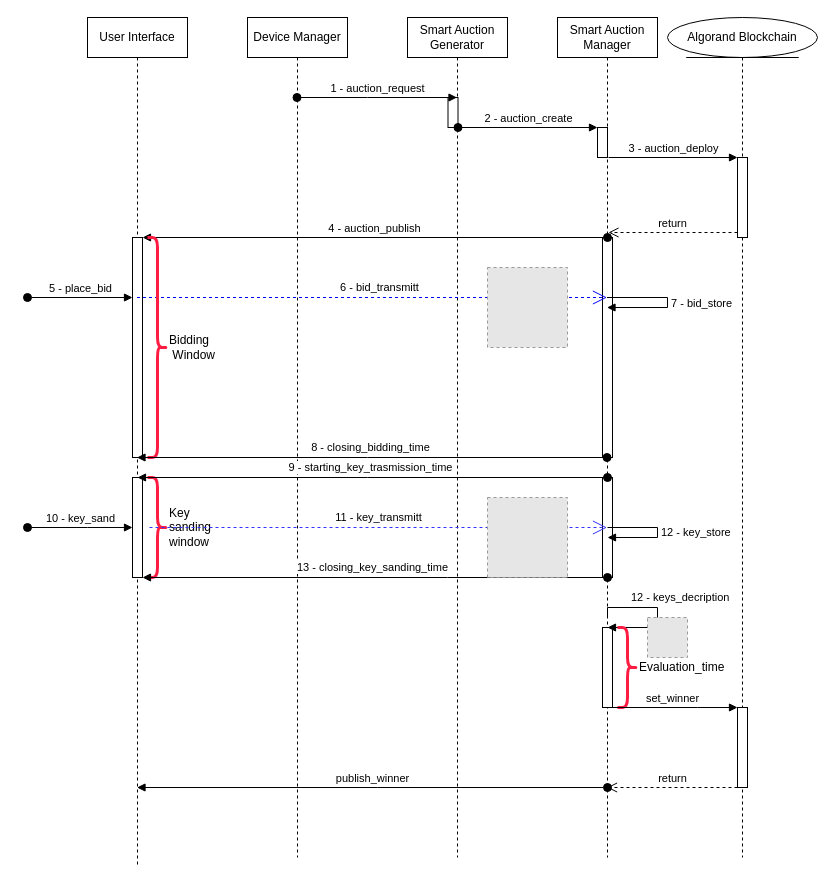
Before: secureSeq.drawio in lab98/sab, a draw.io diagram. Source tidied: cells renumbered, new cells numbered last; positions are measured from the earlier drawing's top-left corner, leaving out a move shared by most shapes. Both pictures are drawn from the tidied source at 100%, with x=0, y=0 at pixel (27, 17). Pictures stored in the file or linked from it are replaced by grey dashed boxes.
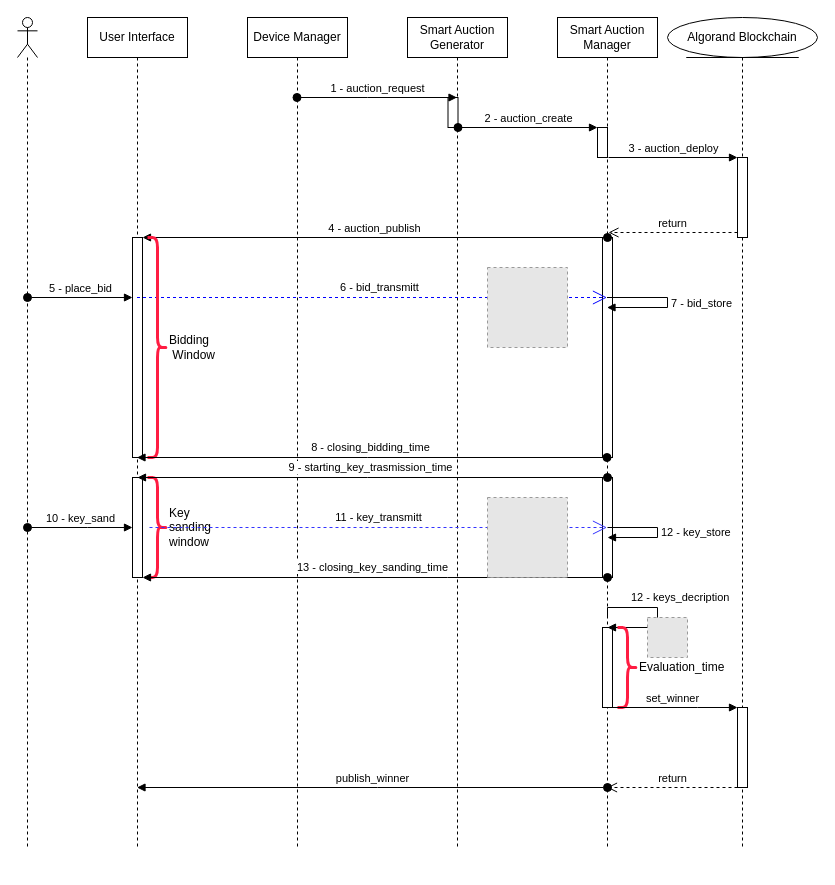
Above is the later version.

Change to the diagram source:
```diff
@@
     <mxCell id="2" value="User Interface" style="shape=umlLifeline;perimeter=lifelinePerimeter;whiteSpace=wrap;html=1;outlineConnect=0;portConstraint=eastwest;newEdgeStyle={&quot;edgeStyle&quot;:&quot;elbowEdgeStyle&quot;,&quot;elbow&quot;:&quot;vertical&quot;,&quot;curved&quot;:0,&quot;rounded&quot;:0};" parent="1" vertex="1">
-      <mxGeometry x="60" width="100" height="850" as="geometry" />
+      <mxGeometry x="60" width="100" height="830" as="geometry" />
     </mxCell>
@@
     <mxCell id="5" value="Device Manager" style="shape=umlLifeline;perimeter=lifelinePerimeter;whiteSpace=wrap;html=1;outlineConnect=0;portConstraint=eastwest;newEdgeStyle={&quot;edgeStyle&quot;:&quot;elbowEdgeStyle&quot;,&quot;elbow&quot;:&quot;vertical&quot;,&quot;curved&quot;:0,&quot;rounded&quot;:0};" parent="1" vertex="1">
-      <mxGeometry x="220" width="100" height="840" as="geometry" />
+      <mxGeometry x="220" width="100" height="830" as="geometry" />
     </mxCell>
     <mxCell id="6" value="Smart Auction Generator" style="shape=umlLifeline;perimeter=lifelinePerimeter;whiteSpace=wrap;html=1;outlineConnect=0;portConstraint=eastwest;newEdgeStyle={&quot;edgeStyle&quot;:&quot;elbowEdgeStyle&quot;,&quot;elbow&quot;:&quot;vertical&quot;,&quot;curved&quot;:0,&quot;rounded&quot;:0};" parent="1" vertex="1">
-      <mxGeometry x="380" width="100" height="840" as="geometry" />
+      <mxGeometry x="380" width="100" height="830" as="geometry" />
     </mxCell>
@@
     <mxCell id="8" value="Smart Auction Manager" style="shape=umlLifeline;perimeter=lifelinePerimeter;whiteSpace=wrap;html=1;outlineConnect=0;portConstraint=eastwest;newEdgeStyle={&quot;edgeStyle&quot;:&quot;elbowEdgeStyle&quot;,&quot;elbow&quot;:&quot;vertical&quot;,&quot;curved&quot;:0,&quot;rounded&quot;:0};" parent="1" vertex="1">
-      <mxGeometry x="530" width="100" height="840" as="geometry" />
+      <mxGeometry x="530" width="100" height="830" as="geometry" />
     </mxCell>
@@
     <mxCell id="14" value="Algorand Blockchain" style="shape=umlLifeline;perimeter=lifelinePerimeter;whiteSpace=wrap;html=1;newEdgeStyle={&quot;edgeStyle&quot;:&quot;elbowEdgeStyle&quot;,&quot;elbow&quot;:&quot;vertical&quot;,&quot;curved&quot;:0,&quot;rounded&quot;:0};participant=umlEntity;" parent="1" vertex="1">
-      <mxGeometry x="640" width="150" height="840" as="geometry" />
+      <mxGeometry x="640" width="150" height="830" as="geometry" />
     </mxCell>
@@
+    <mxCell id="40" style="shape=umlLifeline;perimeter=lifelinePerimeter;whiteSpace=wrap;html=1;newEdgeStyle={&quot;edgeStyle&quot;:&quot;elbowEdgeStyle&quot;,&quot;elbow&quot;:&quot;vertical&quot;,&quot;curved&quot;:0,&quot;rounded&quot;:0};participant=umlActor;" parent="1" vertex="1">
+      <mxGeometry x="-10" width="20" height="830" as="geometry" />
+    </mxCell>
```
